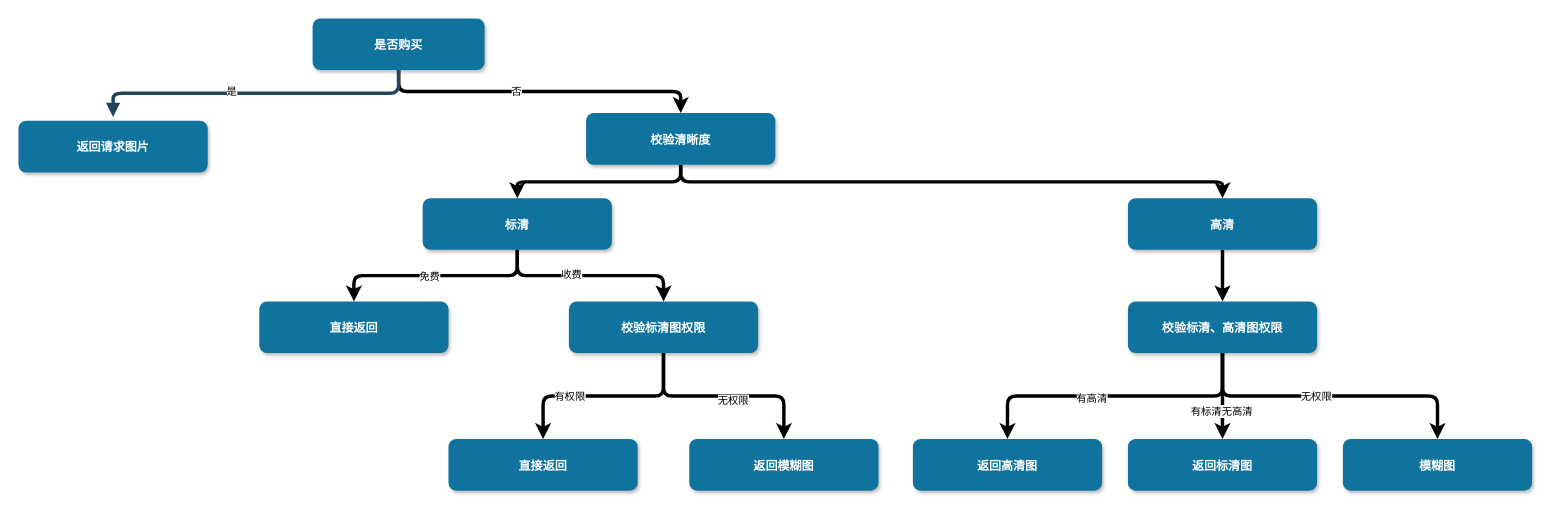
ammengke/my-drawio keeps this draw.io diagram as 下载权限树.drawio. Above is the earlier version. Source tidied: cells renumbered, new cells numbered last; positions are measured from the earlier drawing's top-left corner, leaving out a move shared by most shapes. Both pictures are drawn from the tidied source at 86%, with x=0, y=0 at pixel (18, 18).
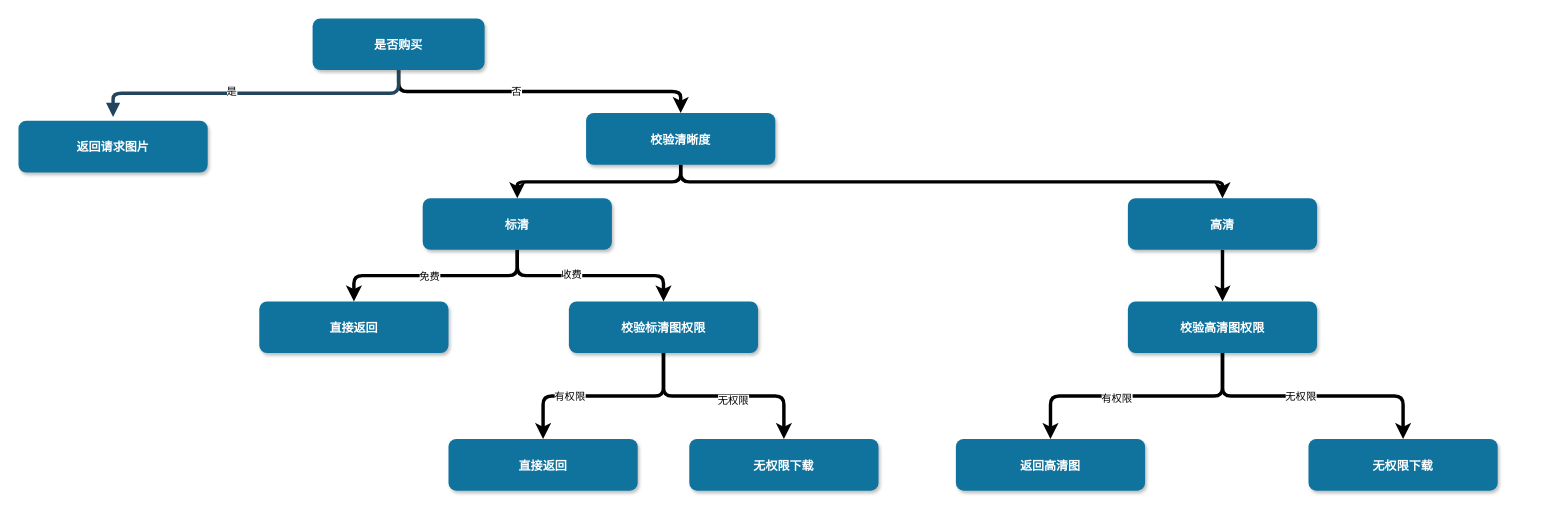
Above is the later version.

Commit message:
Update 下载权限树.drawio

The change refers to these unchanged cells:
```xml
<mxCell id="28" style="edgeStyle=elbowEdgeStyle;rounded=1;jettySize=auto;elbow=vertical;html=1;strokeWidth=4;" parent="1" edge="1" source="32" target="34">
  <mxGeometry relative="1" as="geometry" />
</mxCell>
```

The edit, as a diff of the source:
```diff
@@
-    <mxCell id="25" value="返回模糊图" style="rounded=1;fillColor=#10739E;strokeColor=none;shadow=1;gradientColor=none;fontStyle=1;fontColor=#FFFFFF;fontSize=14;" parent="1" vertex="1">
+    <mxCell id="25" value="无权限下载" style="rounded=1;fillColor=#10739E;strokeColor=none;shadow=1;gradientColor=none;fontStyle=1;fontColor=#FFFFFF;fontSize=14;" parent="1" vertex="1">
       <mxGeometry x="780" y="489" width="220" height="60" as="geometry" />
     </mxCell>
@@
-    <mxCell id="29" value="有高清" style="text;html=1;align=center;verticalAlign=middle;labelBackgroundColor=#ffffff;" parent="28" vertex="1">
+    <mxCell id="29" value="有权限" style="text;html=1;align=center;verticalAlign=middle;labelBackgroundColor=#ffffff;" parent="28" vertex="1">
       <mxGeometry x="0.16" y="2" relative="1" as="geometry" />
     </mxCell>
-    <mxCell id="30" style="edgeStyle=elbowEdgeStyle;rounded=1;jettySize=auto;elbow=vertical;html=1;strokeWidth=4;" parent="1" edge="1" source="32" target="35">
-      <mxGeometry relative="1" as="geometry" />
-    </mxCell>
-    <mxCell id="31" value="有标清无高清" style="text;html=1;align=center;verticalAlign=middle;labelBackgroundColor=#ffffff;" parent="30" vertex="1">
-      <mxGeometry x="0.34" y="-2" relative="1" as="geometry" />
-    </mxCell>
-    <mxCell id="32" value="校验标清、高清图权限" style="rounded=1;fillColor=#10739E;strokeColor=none;shadow=1;gradientColor=none;fontStyle=1;fontColor=#FFFFFF;fontSize=14;" parent="1" vertex="1">
+    <mxCell id="32" value="校验高清图权限" style="rounded=1;fillColor=#10739E;strokeColor=none;shadow=1;gradientColor=none;fontStyle=1;fontColor=#FFFFFF;fontSize=14;" parent="1" vertex="1">
       <mxGeometry x="1290" y="329" width="220" height="60" as="geometry" />
     </mxCell>
-    <mxCell id="33" value="模糊图" style="rounded=1;fillColor=#10739E;strokeColor=none;shadow=1;gradientColor=none;fontStyle=1;fontColor=#FFFFFF;fontSize=14;" parent="1" vertex="1">
-      <mxGeometry x="1540" y="489" width="220" height="60" as="geometry" />
+    <mxCell id="33" value="无权限下载" style="rounded=1;fillColor=#10739E;strokeColor=none;shadow=1;gradientColor=none;fontStyle=1;fontColor=#FFFFFF;fontSize=14;" parent="1" vertex="1">
+      <mxGeometry x="1500" y="489" width="220" height="60" as="geometry" />
     </mxCell>
     <mxCell id="34" value="返回高清图" style="rounded=1;fillColor=#10739E;strokeColor=none;shadow=1;gradientColor=none;fontStyle=1;fontColor=#FFFFFF;fontSize=14;" parent="1" vertex="1">
-      <mxGeometry x="1040" y="489" width="220" height="60" as="geometry" />
+      <mxGeometry x="1090" y="489" width="220" height="60" as="geometry" />
     </mxCell>
-    <mxCell id="35" value="返回标清图" style="rounded=1;fillColor=#10739E;strokeColor=none;shadow=1;gradientColor=none;fontStyle=1;fontColor=#FFFFFF;fontSize=14;" parent="1" vertex="1">
-      <mxGeometry x="1290" y="489" width="220" height="60" as="geometry" />
-    </mxCell>
```
